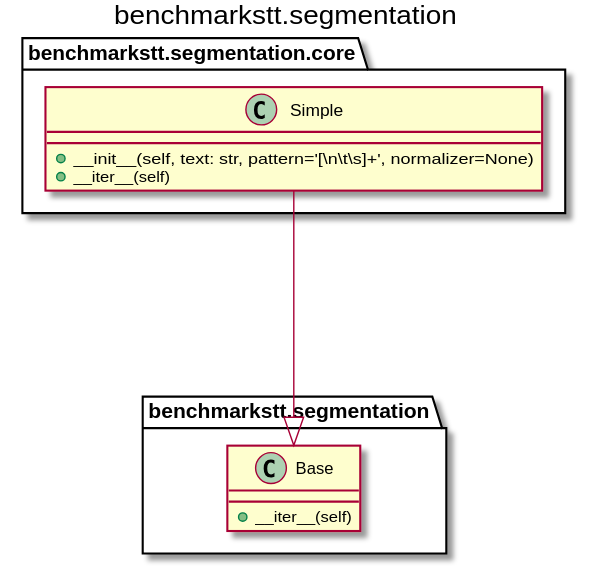
Before: docs/_static/uml/benchmarkstt.segmentation.svg, a diagram exported from PlantUML (ebu/benchmarkstt).
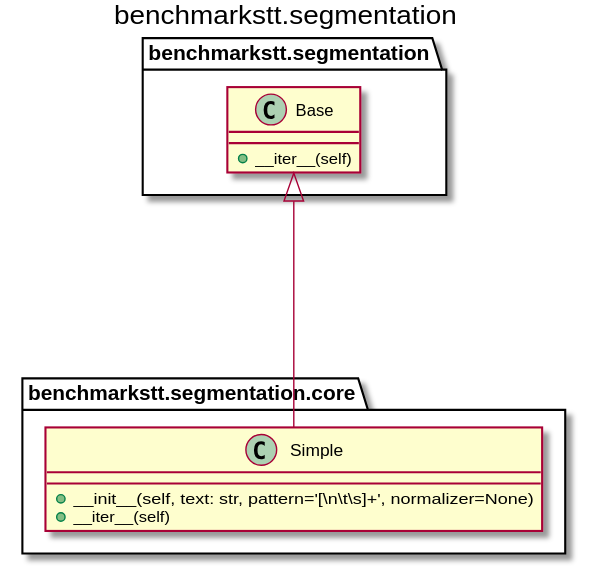
The same file after the commit.

Change to the diagram source:
```diff
@@ -1,19 +1,28 @@
 @startuml
+
 title benchmarkstt.segmentation
 
 package benchmarkstt.segmentation {
 
 	class benchmarkstt.segmentation.Base [[https://benchmarkstt.readthedocs.io/en/latest/modules/benchmarkstt.segmentation.html#benchmarkstt.segmentation.Base]] {
-	+__iter__(self)
+		+__iter__(self)
 	}
+
+
 }
+
 package benchmarkstt.segmentation.core {
 
+
+
 	class benchmarkstt.segmentation.core.Simple [[https://benchmarkstt.readthedocs.io/en/latest/modules/benchmarkstt.segmentation.core.html#benchmarkstt.segmentation.core.Simple]] {
-	+__init__(self, text: str, pattern='[\\n\\t\\s]+', normalizer=None)
-	+__iter__(self)
+		+__init__(self, text: str, pattern='[\\n\\t\\s]+', normalizer=None)
+		+__iter__(self)
 	}
+
 }
 
-benchmarkstt.segmentation.core.Simple ----|> benchmarkstt.segmentation.Base
+
+benchmarkstt.segmentation.core.Simple --up--|> benchmarkstt.segmentation.Base
+
 @enduml
```
